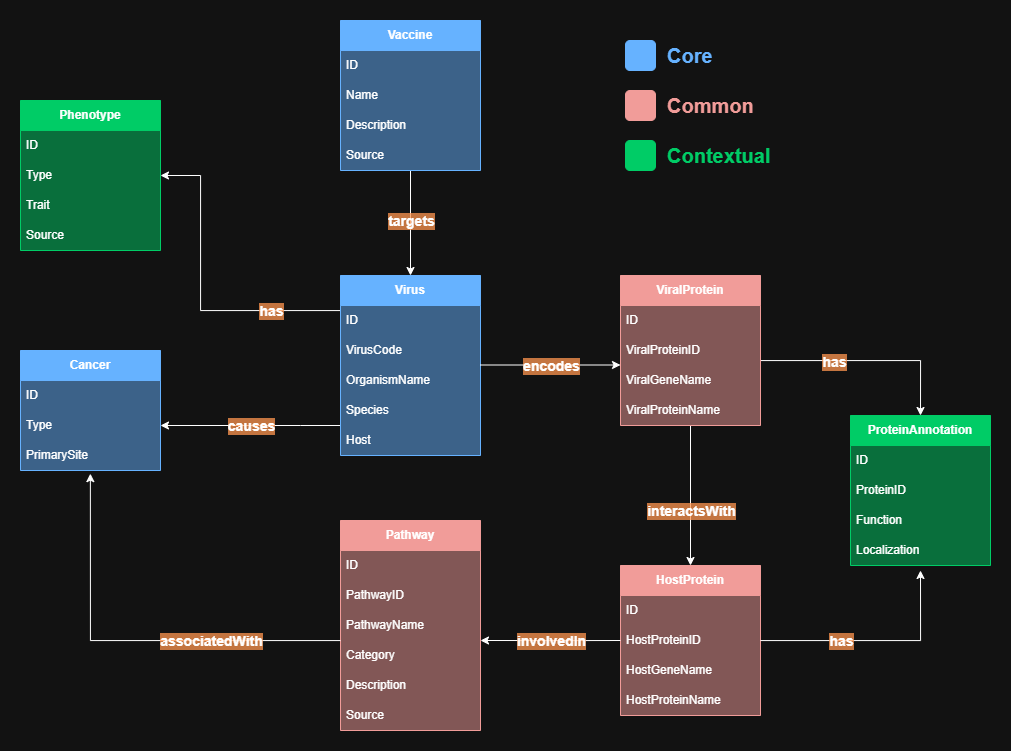
This is phase_1_purpose_definition/oncovirus_ER_diagram_dark.png from Frederick-abichahine/Oncovirus-Knowledge-Graph, a draw.io export, as it was before one commit. Source tidied: cells renumbered, new cells last; positions are measured from the earlier drawing's top-left corner, leaving out a move shared by most shapes.
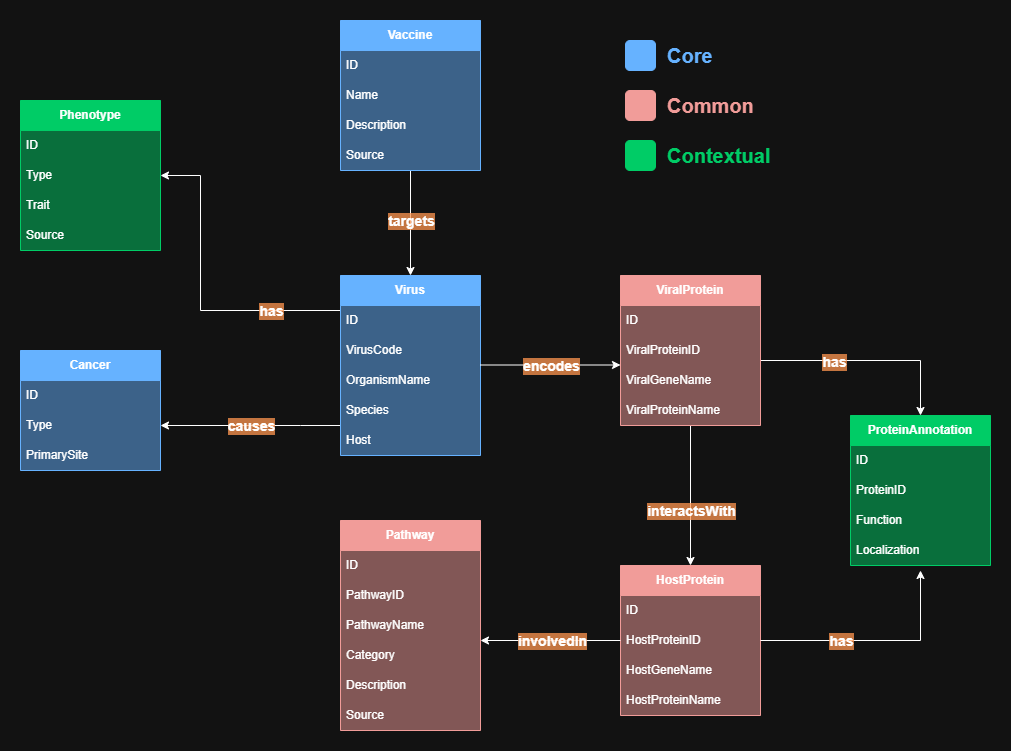
The same file after the commit.

Commit message:
Updating <> Phase 1 ER model to remove direct relationship between pathway and cancer as it can be gotten indirectly

Diff of the diagram source:
```diff
@@ -169,13 +169,6 @@
     <mxCell id="50" value="Source" style="text;strokeColor=none;fillColor=none;align=left;verticalAlign=middle;spacingLeft=4;spacingRight=4;overflow=hidden;whiteSpace=wrap;html=1;" parent="46" vertex="1">
       <mxGeometry y="120" width="140" height="30" as="geometry" />
     </mxCell>
-    <mxCell id="51" style="edgeStyle=orthogonalEdgeStyle;rounded=0;jettySize=auto;html=1;entryX=0.499;entryY=1.105;entryDx=0;entryDy=0;entryPerimeter=0;" parent="1" edge="1" source="22" target="5">
-      <mxGeometry relative="1" as="geometry">
-        <Array as="points">
-          <mxPoint x="70" y="620" />
-        </Array>
-      </mxGeometry>
-    </mxCell>
     <mxCell id="52" style="rounded=1;whiteSpace=wrap;html=1;fillColor=#66B2FF;strokeColor=#66B2FF;" parent="1" vertex="1">
       <mxGeometry x="605" y="20" width="30" height="30" as="geometry" />
     </mxCell>
@@ -227,9 +220,6 @@
     <mxCell id="64" value="&lt;span style=&quot;text-wrap-mode: wrap;&quot;&gt;encodes&lt;/span&gt;" style="edgeLabel;html=1;align=center;verticalAlign=middle;labelBorderColor=none;labelBackgroundColor=#FF964F80;fontSize=14;fontStyle=1;" parent="1" vertex="1">
       <mxGeometry x="530" y="345" as="geometry" />
     </mxCell>
-    <mxCell id="65" value="&lt;span style=&quot;text-wrap-mode: wrap;&quot;&gt;associatedWith&lt;/span&gt;" style="edgeLabel;html=1;align=center;verticalAlign=middle;labelBorderColor=none;labelBackgroundColor=#FF964F80;fontSize=14;fontStyle=1;" parent="1" vertex="1">
-      <mxGeometry x="190" y="620" as="geometry" />
-    </mxCell>
     <mxCell id="66" value="&lt;span style=&quot;text-wrap-mode: wrap;&quot;&gt;causes&lt;/span&gt;" style="edgeLabel;html=1;align=center;verticalAlign=middle;labelBorderColor=none;labelBackgroundColor=#FF964F80;fontSize=14;fontStyle=1;" parent="1" vertex="1">
       <mxGeometry x="230" y="405" as="geometry" />
     </mxCell>
```
